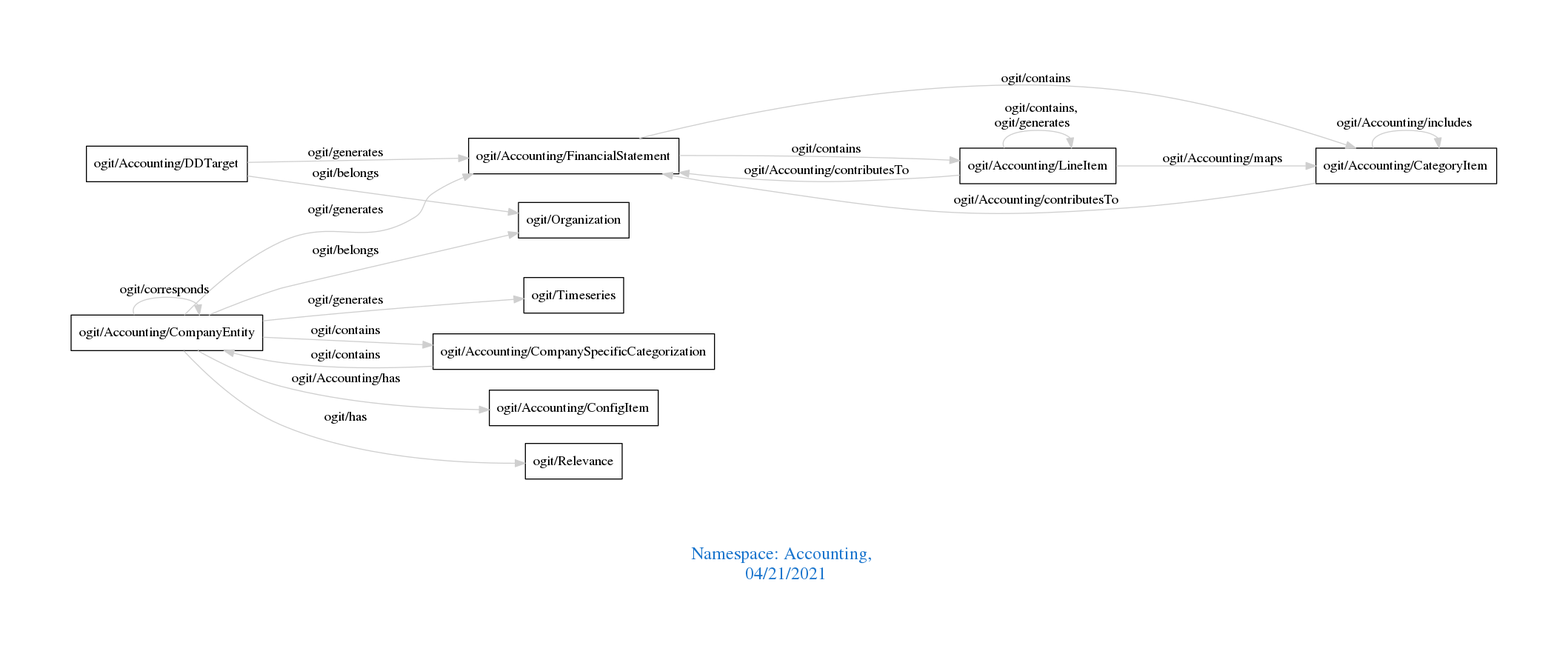
Before: downloads/Accounting.png, a diagram exported from Graphviz (arago/OGIT). Its source is kept beside it as downloads/Accounting.dot.
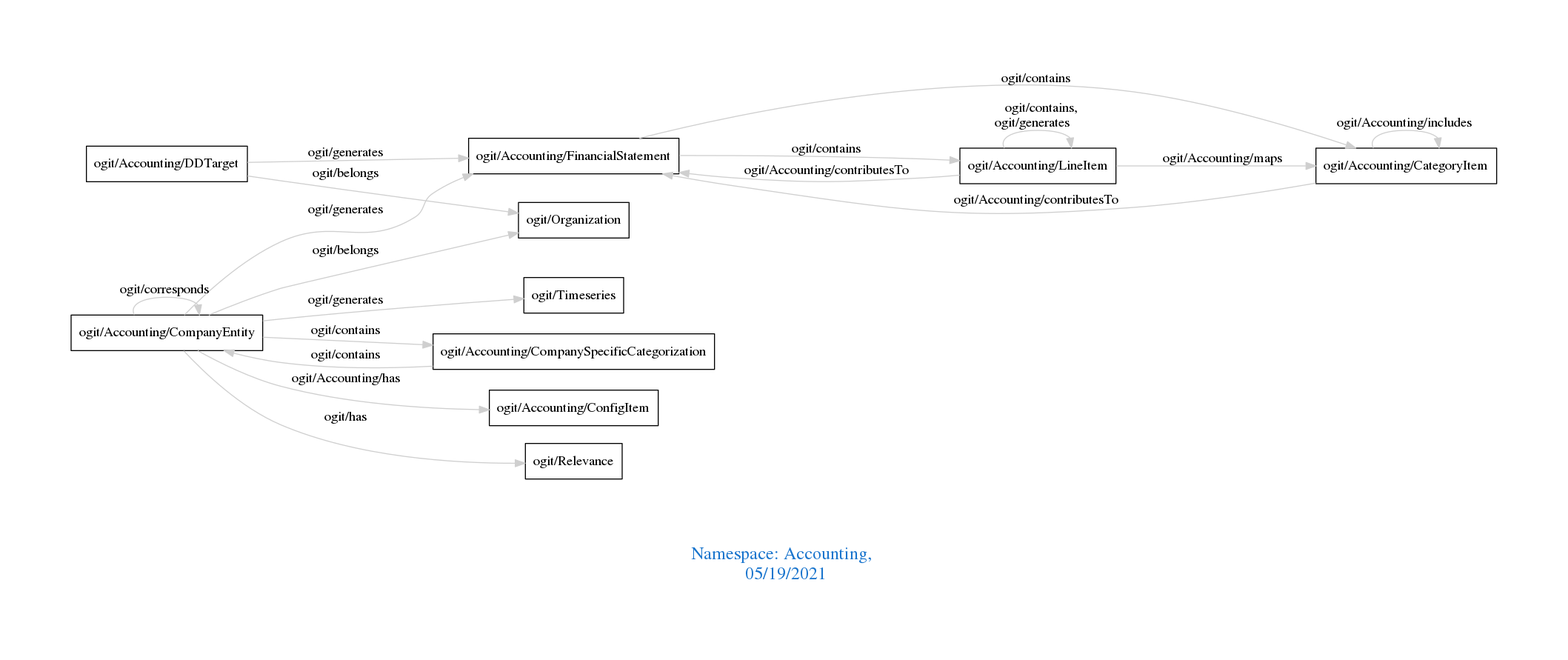
After the commit.

What changed in the source:
```diff
@@ -1,7 +1,7 @@
 digraph OGIT_ontology {
  graph [ rankdir= LR,pad=1
 fontsize = 18,
-fontcolor= dodgerblue3,label = "\n\n\nNamespace: Accounting, \n 04/21/2021"];
+fontcolor= dodgerblue3,label = "\n\n\nNamespace: Accounting, \n 05/19/2021"];
 node[shape=polygon];
 edge [  color="gray81"];
 
```
